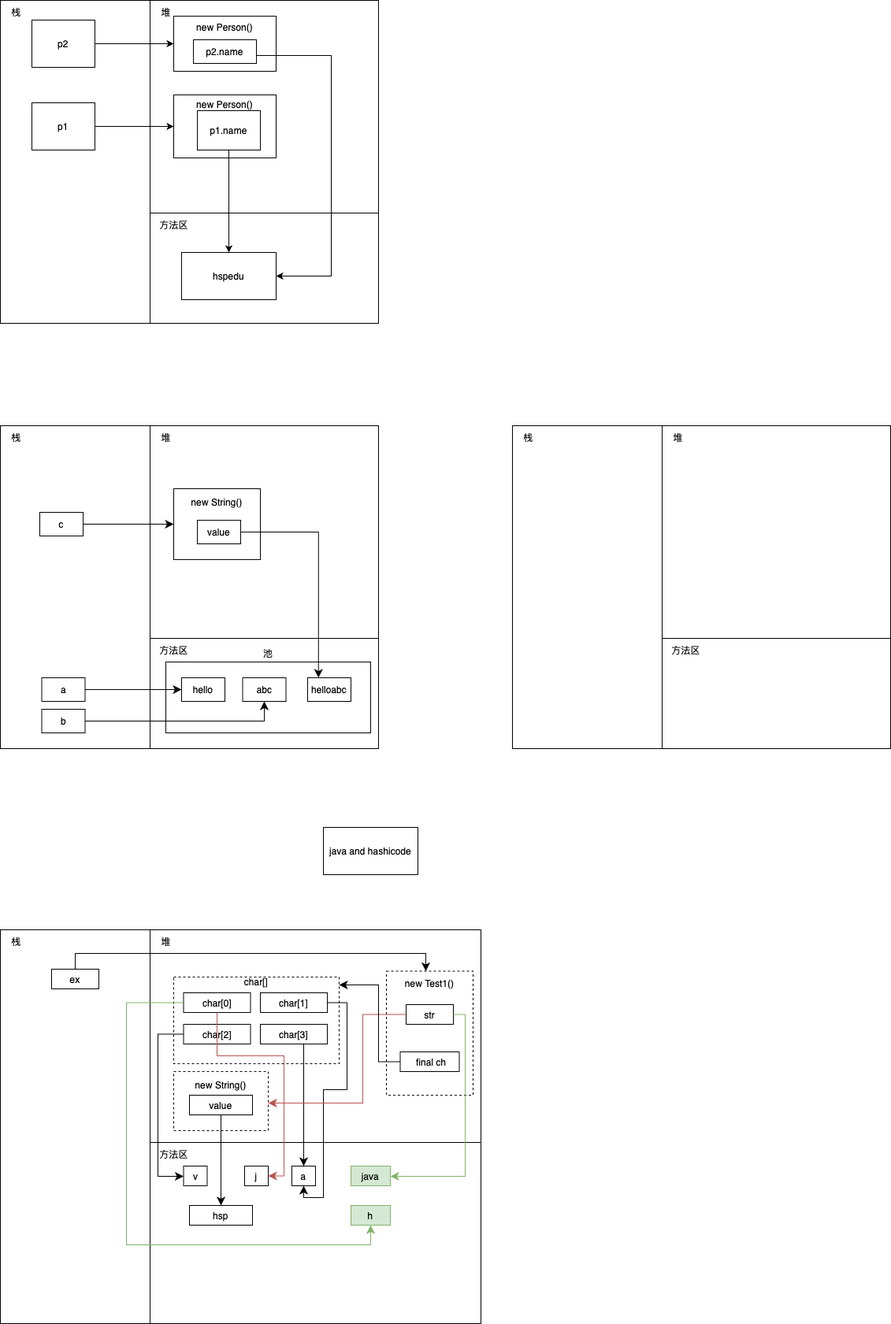
Earlier version of the draw.io export drawio/White.png (Stolorzs/Picgo). Source tidied: cells renumbered, new cells last; positions are measured from the earlier drawing's top-left corner, leaving out a move shared by most shapes.
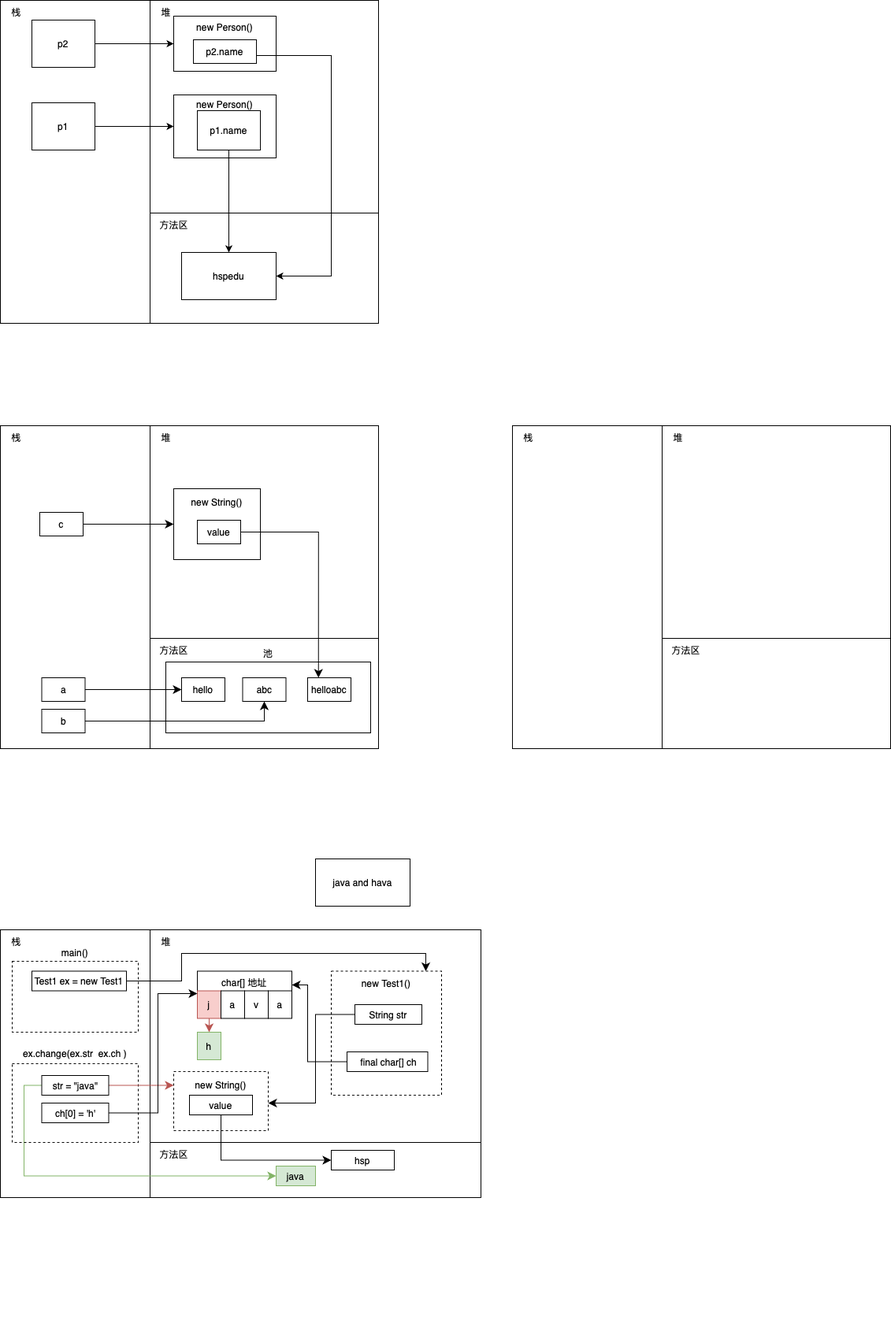
The same diagram one commit later.

Change to the diagram source:
```diff
@@ -6,13 +6,13 @@
       <mxGeometry y="1180" width="620" height="500" as="geometry" />
     </mxCell>
     <mxCell id="3" style="rounded=0;whiteSpace=wrap;html=1;labelBackgroundColor=none;" parent="2" vertex="1">
-      <mxGeometry x="190" y="270" width="420" height="230" as="geometry" />
+      <mxGeometry x="190" y="270" width="420" height="70" as="geometry" />
     </mxCell>
     <mxCell id="4" style="rounded=0;whiteSpace=wrap;html=1;labelBackgroundColor=none;" parent="2" vertex="1">
       <mxGeometry x="190" width="420" height="270" as="geometry" />
     </mxCell>
     <mxCell id="5" style="rounded=0;whiteSpace=wrap;html=1;labelBackgroundColor=none;" parent="2" vertex="1">
-      <mxGeometry width="190" height="500" as="geometry" />
+      <mxGeometry width="190" height="340" as="geometry" />
     </mxCell>
     <mxCell id="6" value="栈" style="text;html=1;align=center;verticalAlign=middle;strokeColor=none;fillColor=none;labelBackgroundColor=none;" parent="2" vertex="1">
       <mxGeometry width="40" height="30" as="geometry" />
@@ -167,7 +167,7 @@
       <mxGeometry x="220" y="1360" width="120" height="75" as="geometry" />
     </mxCell>
     <mxCell id="55" value="hsp" style="rounded=0;whiteSpace=wrap;html=1;" parent="1" vertex="1">
-      <mxGeometry x="240" y="1530" width="80" height="25" as="geometry" />
+      <mxGeometry x="420" y="1460" width="80" height="25" as="geometry" />
     </mxCell>
     <mxCell id="56" style="edgeStyle=orthogonalEdgeStyle;rounded=0;jettySize=auto;html=1;fontSize=12;startSize=8;endSize=8;" parent="1" edge="1" source="57" target="55">
       <mxGeometry relative="1" as="geometry">
@@ -180,127 +180,105 @@
     <mxCell id="57" value="value" style="rounded=0;whiteSpace=wrap;html=1;" parent="1" vertex="1">
       <mxGeometry x="240" y="1390" width="80" height="25" as="geometry" />
     </mxCell>
-    <mxCell id="58" value="char[]&lt;div&gt;&lt;br&gt;&lt;/div&gt;&lt;div&gt;&lt;br&gt;&lt;/div&gt;&lt;div&gt;&lt;br&gt;&lt;/div&gt;&lt;div&gt;&lt;br&gt;&lt;/div&gt;&lt;div&gt;&lt;br&gt;&lt;/div&gt;&lt;div&gt;&lt;br&gt;&lt;/div&gt;&lt;div&gt;&lt;br&gt;&lt;/div&gt;" style="rounded=0;whiteSpace=wrap;html=1;dashed=1;" parent="1" vertex="1">
-      <mxGeometry x="220" y="1240" width="210" height="110" as="geometry" />
+    <mxCell id="58" value="&lt;div&gt;&lt;br&gt;&lt;/div&gt;char[] 地址&lt;div&gt;&lt;br&gt;&lt;/div&gt;&lt;div&gt;&lt;br&gt;&lt;/div&gt;&lt;div&gt;&lt;br&gt;&lt;/div&gt;" style="rounded=0;whiteSpace=wrap;html=1;" parent="1" vertex="1">
+      <mxGeometry x="250" y="1232.5" width="120" height="57.5" as="geometry" />
     </mxCell>
-    <mxCell id="59" value="j" style="rounded=0;whiteSpace=wrap;html=1;" parent="1" vertex="1">
-      <mxGeometry x="310" y="1480" width="30" height="25" as="geometry" />
-    </mxCell>
-    <mxCell id="60" value="a" style="rounded=0;whiteSpace=wrap;html=1;" parent="1" vertex="1">
-      <mxGeometry x="370" y="1480" width="30" height="25" as="geometry" />
-    </mxCell>
-    <mxCell id="61" value="v" style="rounded=0;whiteSpace=wrap;html=1;" parent="1" vertex="1">
-      <mxGeometry x="232.5" y="1480" width="30" height="25" as="geometry" />
-    </mxCell>
-    <mxCell id="62" value="char[0]" style="rounded=0;whiteSpace=wrap;html=1;" parent="1" vertex="1">
-      <mxGeometry x="232.5" y="1260" width="85" height="25" as="geometry" />
-    </mxCell>
-    <mxCell id="63" style="edgeStyle=orthogonalEdgeStyle;rounded=0;jettySize=auto;html=1;entryX=0.5;entryY=1;entryDx=0;entryDy=0;fontSize=12;startSize=8;endSize=8;" parent="1" edge="1" source="64" target="60">
-      <mxGeometry relative="1" as="geometry">
-        <Array as="points">
-          <mxPoint x="440" y="1273" />
-          <mxPoint x="440" y="1383" />
-          <mxPoint x="410" y="1383" />
-          <mxPoint x="410" y="1520" />
-          <mxPoint x="385" y="1520" />
-        </Array>
-      </mxGeometry>
-    </mxCell>
-    <mxCell id="64" value="char[1]" style="rounded=0;whiteSpace=wrap;html=1;" parent="1" vertex="1">
-      <mxGeometry x="330" y="1260" width="85" height="25" as="geometry" />
-    </mxCell>
-    <mxCell id="65" style="edgeStyle=orthogonalEdgeStyle;rounded=0;jettySize=auto;html=1;fontSize=12;startSize=8;endSize=8;" parent="1" edge="1" source="66" target="61">
-      <mxGeometry relative="1" as="geometry">
-        <Array as="points">
-          <mxPoint x="200" y="1313" />
-          <mxPoint x="200" y="1493" />
-        </Array>
-      </mxGeometry>
-    </mxCell>
-    <mxCell id="66" value="char[2]" style="rounded=0;whiteSpace=wrap;html=1;" parent="1" vertex="1">
-      <mxGeometry x="232.5" y="1300" width="85" height="25" as="geometry" />
-    </mxCell>
-    <mxCell id="67" style="edgeStyle=orthogonalEdgeStyle;rounded=0;jettySize=auto;html=1;fontSize=12;startSize=8;endSize=8;" parent="1" edge="1" source="68" target="60">
-      <mxGeometry relative="1" as="geometry">
-        <Array as="points">
-          <mxPoint x="385" y="1370" />
-          <mxPoint x="385" y="1370" />
-        </Array>
-      </mxGeometry>
-    </mxCell>
-    <mxCell id="68" value="char[3]" style="rounded=0;whiteSpace=wrap;html=1;" parent="1" vertex="1">
-      <mxGeometry x="330" y="1300" width="85" height="25" as="geometry" />
-    </mxCell>
-    <mxCell id="69" style="edgeStyle=orthogonalEdgeStyle;rounded=0;jettySize=auto;html=1;entryX=1;entryY=0.5;entryDx=0;entryDy=0;fontSize=12;startSize=8;endSize=8;fillColor=#f8cecc;strokeColor=#b85450;" parent="1" edge="1" source="62" target="59">
-      <mxGeometry relative="1" as="geometry">
-        <Array as="points">
-          <mxPoint x="275" y="1340" />
-          <mxPoint x="360" y="1340" />
-          <mxPoint x="360" y="1493" />
-        </Array>
-      </mxGeometry>
-    </mxCell>
     <mxCell id="70" value="new Test1()&lt;div&gt;&lt;div&gt;&lt;br&gt;&lt;/div&gt;&lt;div&gt;&lt;br&gt;&lt;/div&gt;&lt;div&gt;&lt;br&gt;&lt;/div&gt;&lt;/div&gt;&lt;div&gt;&lt;br&gt;&lt;/div&gt;&lt;div&gt;&lt;br&gt;&lt;/div&gt;&lt;div&gt;&lt;br&gt;&lt;/div&gt;&lt;div&gt;&lt;br&gt;&lt;/div&gt;&lt;div&gt;&lt;br&gt;&lt;/div&gt;&lt;div&gt;&lt;br&gt;&lt;/div&gt;" style="rounded=0;whiteSpace=wrap;html=1;dashed=1;" parent="1" vertex="1">
-      <mxGeometry x="490" y="1232.5" width="110" height="157.5" as="geometry" />
+      <mxGeometry x="420" y="1232.5" width="140" height="157.5" as="geometry" />
     </mxCell>
-    <mxCell id="71" value="str" style="rounded=0;whiteSpace=wrap;html=1;" parent="1" vertex="1">
-      <mxGeometry x="515" y="1275" width="60" height="25" as="geometry" />
+    <mxCell id="71" value="String str" style="rounded=0;whiteSpace=wrap;html=1;" parent="1" vertex="1">
+      <mxGeometry x="450" y="1275" width="85" height="25" as="geometry" />
     </mxCell>
-    <mxCell id="72" style="edgeStyle=orthogonalEdgeStyle;rounded=0;jettySize=auto;html=1;fontSize=12;startSize=8;endSize=8;fillColor=#f8cecc;strokeColor=#b85450;" parent="1" edge="1" source="71" target="54">
+    <mxCell id="72" style="edgeStyle=orthogonalEdgeStyle;rounded=0;jettySize=auto;html=1;fontSize=12;startSize=8;endSize=8;" parent="1" edge="1" source="71" target="54">
       <mxGeometry relative="1" as="geometry">
         <Array as="points">
-          <mxPoint x="460" y="1288" />
-          <mxPoint x="460" y="1400" />
+          <mxPoint x="400" y="1288" />
+          <mxPoint x="400" y="1400" />
         </Array>
       </mxGeometry>
     </mxCell>
-    <mxCell id="73" style="edgeStyle=orthogonalEdgeStyle;rounded=0;jettySize=auto;html=1;fontSize=12;startSize=8;endSize=8;" parent="1" edge="1" source="74" target="70">
-      <mxGeometry relative="1" as="geometry">
-        <Array as="points">
-          <mxPoint x="95" y="1210" />
-          <mxPoint x="540" y="1210" />
-        </Array>
-      </mxGeometry>
-    </mxCell>
-    <mxCell id="74" value="ex" style="rounded=0;whiteSpace=wrap;html=1;" parent="1" vertex="1">
-      <mxGeometry x="65" y="1230" width="60" height="25" as="geometry" />
-    </mxCell>
-    <mxCell id="75" value="&amp;nbsp;final ch" style="rounded=0;whiteSpace=wrap;html=1;" parent="1" vertex="1">
-      <mxGeometry x="507.5" y="1335" width="75" height="25" as="geometry" />
+    <mxCell id="75" value="&amp;nbsp;final char[] ch" style="rounded=0;whiteSpace=wrap;html=1;" parent="1" vertex="1">
+      <mxGeometry x="440" y="1335" width="102.5" height="25" as="geometry" />
     </mxCell>
     <mxCell id="76" style="edgeStyle=orthogonalEdgeStyle;rounded=0;jettySize=auto;html=1;fontSize=12;startSize=8;endSize=8;" parent="1" edge="1" source="75" target="58">
       <mxGeometry relative="1" as="geometry">
         <Array as="points">
-          <mxPoint x="480" y="1348" />
-          <mxPoint x="480" y="1250" />
+          <mxPoint x="390" y="1348" />
+          <mxPoint x="390" y="1250" />
         </Array>
       </mxGeometry>
     </mxCell>
     <mxCell id="77" value="java" style="rounded=0;whiteSpace=wrap;html=1;fillColor=#d5e8d4;strokeColor=#82b366;" parent="1" vertex="1">
-      <mxGeometry x="445" y="1480" width="50" height="25" as="geometry" />
+      <mxGeometry x="350" y="1480" width="50" height="25" as="geometry" />
     </mxCell>
-    <mxCell id="78" style="edgeStyle=orthogonalEdgeStyle;rounded=0;jettySize=auto;html=1;fontSize=12;startSize=8;endSize=8;fillColor=#d5e8d4;strokeColor=#82b366;" parent="1" edge="1" source="71" target="77">
-      <mxGeometry relative="1" as="geometry">
-        <Array as="points">
-          <mxPoint x="590" y="1288" />
-          <mxPoint x="590" y="1493" />
-        </Array>
-      </mxGeometry>
-    </mxCell>
+    <mxCell id="81" value="java and hava" style="rounded=0;whiteSpace=wrap;html=1;" parent="1" vertex="1">
+      <mxGeometry x="400" y="1090" width="120" height="60" as="geometry" />
+    </mxCell>
+    <mxCell id="82" style="edgeStyle=none;curved=1;rounded=0;jettySize=auto;html=1;fontSize=12;startSize=8;endSize=8;fillColor=#f8cecc;strokeColor=#b85450;" parent="1" edge="1" source="59" target="79">
+      <mxGeometry relative="1" as="geometry" />
+    </mxCell>
+    <mxCell id="59" value="j" style="rounded=0;whiteSpace=wrap;html=1;fillColor=#f8cecc;strokeColor=#b85450;" parent="1" vertex="1">
+      <mxGeometry x="250" y="1257.5" width="30" height="35" as="geometry" />
+    </mxCell>
+    <mxCell id="83" value="a" style="rounded=0;whiteSpace=wrap;html=1;" parent="1" vertex="1">
+      <mxGeometry x="280" y="1257.5" width="30" height="35" as="geometry" />
+    </mxCell>
+    <mxCell id="61" value="v" style="rounded=0;whiteSpace=wrap;html=1;" parent="1" vertex="1">
+      <mxGeometry x="310" y="1257.5" width="30" height="35" as="geometry" />
+    </mxCell>
+    <mxCell id="84" value="a" style="rounded=0;whiteSpace=wrap;html=1;" parent="1" vertex="1">
+      <mxGeometry x="340" y="1257.5" width="30" height="35" as="geometry" />
+    </mxCell>
+    <mxCell id="85" value="main()&lt;div&gt;&lt;br&gt;&lt;/div&gt;&lt;div&gt;&lt;br&gt;&lt;/div&gt;&lt;div&gt;&lt;br&gt;&lt;/div&gt;&lt;div&gt;&lt;br&gt;&lt;/div&gt;&lt;div&gt;&lt;br&gt;&lt;/div&gt;&lt;div&gt;&lt;br&gt;&lt;/div&gt;&lt;div&gt;&lt;br&gt;&lt;/div&gt;&lt;div&gt;&lt;br&gt;&lt;/div&gt;" style="rounded=0;whiteSpace=wrap;html=1;dashed=1;fillColor=none;" parent="1" vertex="1">
+      <mxGeometry x="15" y="1220" width="160" height="90" as="geometry" />
+    </mxCell>
+    <mxCell id="73" style="edgeStyle=orthogonalEdgeStyle;rounded=0;jettySize=auto;html=1;fontSize=12;startSize=8;endSize=8;" parent="1" edge="1" source="74" target="70">
+      <mxGeometry relative="1" as="geometry">
+        <Array as="points">
+          <mxPoint x="230" y="1245" />
+          <mxPoint x="230" y="1210" />
+          <mxPoint x="540" y="1210" />
+        </Array>
+      </mxGeometry>
+    </mxCell>
+    <mxCell id="74" value="Test1 ex = new Test1" style="rounded=0;whiteSpace=wrap;html=1;" parent="1" vertex="1">
+      <mxGeometry x="40" y="1232.5" width="120" height="25" as="geometry" />
+    </mxCell>
+    <mxCell id="86" style="edgeStyle=orthogonalEdgeStyle;rounded=0;jettySize=auto;html=1;entryX=0;entryY=0.5;entryDx=0;entryDy=0;fontSize=12;startSize=8;endSize=8;fillColor=#d5e8d4;strokeColor=#82b366;" parent="1" edge="1" source="89" target="77">
+      <mxGeometry relative="1" as="geometry">
+        <Array as="points">
+          <mxPoint x="30" y="1378" />
+          <mxPoint x="30" y="1493" />
+        </Array>
+      </mxGeometry>
+    </mxCell>
+    <mxCell id="87" value="ex.change(ex.str &amp;nbsp;ex.ch )&lt;div&gt;&lt;br&gt;&lt;/div&gt;&lt;div&gt;&lt;br&gt;&lt;div&gt;&lt;br&gt;&lt;/div&gt;&lt;div&gt;&lt;br&gt;&lt;/div&gt;&lt;div&gt;&lt;br&gt;&lt;/div&gt;&lt;div&gt;&lt;br&gt;&lt;/div&gt;&lt;div&gt;&lt;br&gt;&lt;/div&gt;&lt;div&gt;&lt;br&gt;&lt;/div&gt;&lt;div&gt;&lt;br&gt;&lt;/div&gt;&lt;/div&gt;" style="rounded=0;whiteSpace=wrap;html=1;dashed=1;fillColor=none;" parent="1" vertex="1">
+      <mxGeometry x="15" y="1350" width="160" height="100" as="geometry" />
+    </mxCell>
+    <mxCell id="88" style="edgeStyle=orthogonalEdgeStyle;rounded=0;jettySize=auto;html=1;fontSize=12;startSize=8;endSize=8;fillColor=#f8cecc;strokeColor=#b85450;" parent="1" edge="1" source="89" target="54">
+      <mxGeometry relative="1" as="geometry">
+        <Array as="points">
+          <mxPoint x="240" y="1378" />
+          <mxPoint x="240" y="1378" />
+        </Array>
+      </mxGeometry>
+    </mxCell>
+    <mxCell id="89" value="str = &quot;java&quot;" style="rounded=0;whiteSpace=wrap;html=1;" parent="1" vertex="1">
+      <mxGeometry x="52.5" y="1365" width="85" height="25" as="geometry" />
+    </mxCell>
+    <mxCell id="90" style="edgeStyle=orthogonalEdgeStyle;rounded=0;jettySize=auto;html=1;fontSize=12;startSize=8;endSize=8;" parent="1" edge="1" source="91" target="58">
+      <mxGeometry relative="1" as="geometry">
+        <Array as="points">
+          <mxPoint x="200" y="1413" />
+          <mxPoint x="200" y="1261" />
+        </Array>
+      </mxGeometry>
+    </mxCell>
+    <mxCell id="91" value="ch[0] = 'h'" style="rounded=0;whiteSpace=wrap;html=1;" parent="1" vertex="1">
+      <mxGeometry x="52.5" y="1400" width="85" height="25" as="geometry" />
+    </mxCell>
     <mxCell id="79" value="h" style="rounded=0;whiteSpace=wrap;html=1;fillColor=#d5e8d4;strokeColor=#82b366;" parent="1" vertex="1">
-      <mxGeometry x="445" y="1530" width="50" height="25" as="geometry" />
+      <mxGeometry x="250" y="1310" width="30" height="35" as="geometry" />
     </mxCell>
-    <mxCell id="80" style="edgeStyle=orthogonalEdgeStyle;rounded=0;jettySize=auto;html=1;fontSize=12;startSize=8;endSize=8;fillColor=#d5e8d4;strokeColor=#82b366;" parent="1" edge="1" source="62" target="79">
-      <mxGeometry relative="1" as="geometry">
-        <Array as="points">
-          <mxPoint x="160" y="1273" />
-          <mxPoint x="160" y="1580" />
-          <mxPoint x="470" y="1580" />
-        </Array>
-      </mxGeometry>
-    </mxCell>
-    <mxCell id="81" value="java and hashicode" style="rounded=0;whiteSpace=wrap;html=1;" parent="1" vertex="1">
-      <mxGeometry x="410" y="1050" width="120" height="60" as="geometry" />
-    </mxCell>
   </root>
 </mxGraphModel>
```
